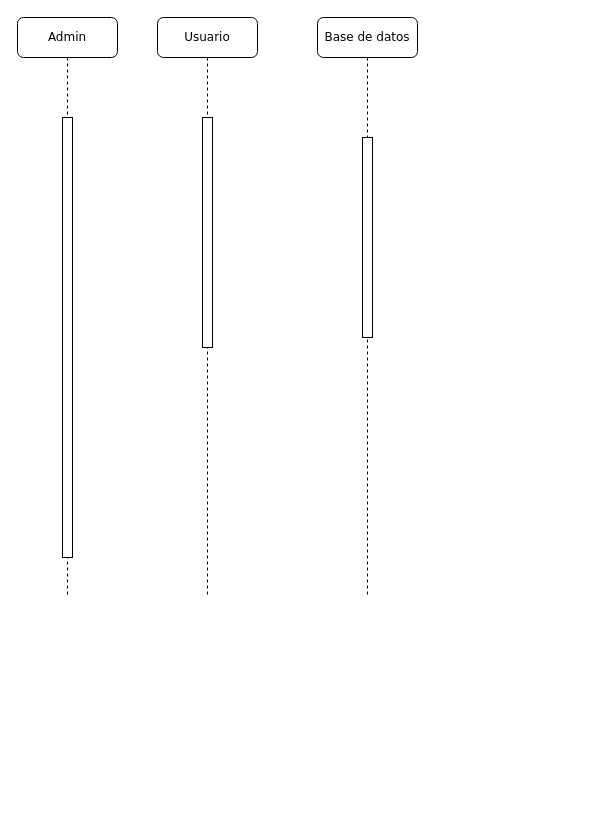
Earlier version of the draw.io diagram secuencia1.drawio (MirroringCode/diagramas-del-csm). Source tidied: cells renumbered, new cells numbered last; positions are measured from the earlier drawing's top-left corner, leaving out a move shared by most shapes. Both pictures are drawn from the tidied source at 100%, with x=0, y=0 at pixel (17, 17).
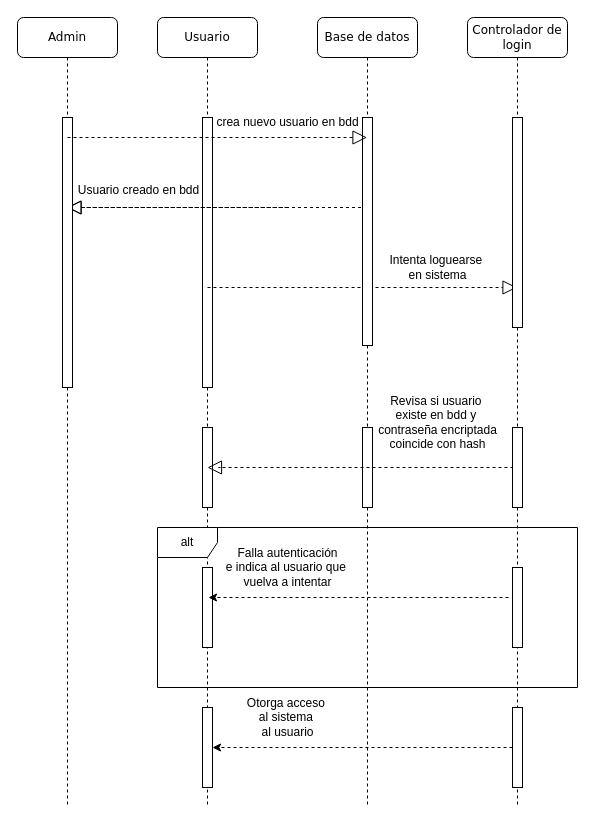
After the change.

Commit message:
agregado caso de error y exitoso para login

Diff of the diagram source:
```diff
@@
     <mxCell id="2" value="Usuario" style="shape=umlLifeline;perimeter=lifelinePerimeter;whiteSpace=wrap;html=1;rounded=1;shadow=0;comic=0;labelBackgroundColor=none;strokeWidth=1;fontFamily=Verdana;fontSize=12;align=center;" parent="1" vertex="1">
-      <mxGeometry x="140" width="100" height="580" as="geometry" />
+      <mxGeometry x="140" width="100" height="790" as="geometry" />
     </mxCell>
     <mxCell id="3" style="html=1;perimeter=orthogonalPerimeter;rounded=0;shadow=0;comic=0;labelBackgroundColor=none;strokeWidth=1;fontFamily=Verdana;fontSize=12;align=center;" parent="2" vertex="1">
-      <mxGeometry x="45" y="100" width="10" height="230" as="geometry" />
+      <mxGeometry x="45" y="100" width="10" height="270" as="geometry" />
     </mxCell>
+    <mxCell id="8" style="endArrow=block;dashed=1;endFill=0;endSize=12;html=1;rounded=0;" parent="2" edge="1">
+      <mxGeometry relative="1" as="geometry">
+        <mxPoint x="130" y="190" as="sourcePoint" />
+        <mxPoint x="-90.5" y="190" as="targetPoint" />
+      </mxGeometry>
+    </mxCell>
+    <mxCell id="9" style="endArrow=block;dashed=1;endFill=0;endSize=12;html=1;rounded=0;" parent="2" edge="1" source="4">
+      <mxGeometry relative="1" as="geometry">
+        <mxPoint x="-90.5" y="190" as="targetPoint" />
+      </mxGeometry>
+    </mxCell>
+    <mxCell id="10" style="endArrow=block;dashed=1;endFill=0;endSize=12;html=1;rounded=0;" parent="2" edge="1" target="20">
+      <mxGeometry relative="1" as="geometry">
+        <mxPoint x="50" y="270" as="sourcePoint" />
+      </mxGeometry>
+    </mxCell>
+    <mxCell id="11" style="html=1;perimeter=orthogonalPerimeter;targetShapes=umlLifeline;newEdgeStyle={&quot;curved&quot;:0,&quot;rounded&quot;:0};" parent="2" vertex="1">
+      <mxGeometry x="45" y="410" width="10" height="80" as="geometry" />
+    </mxCell>
+    <mxCell id="12" style="html=1;perimeter=orthogonalPerimeter;targetShapes=umlLifeline;newEdgeStyle={&quot;curved&quot;:0,&quot;rounded&quot;:0};" parent="2" vertex="1">
+      <mxGeometry x="45" y="550" width="10" height="80" as="geometry" />
+    </mxCell>
+    <mxCell id="13" style="html=1;points=[[0,0,0,0,5],[0,1,0,0,-5],[1,0,0,0,5],[1,1,0,0,-5]];perimeter=orthogonalPerimeter;outlineConnect=0;targetShapes=umlLifeline;portConstraint=eastwest;newEdgeStyle={&quot;curved&quot;:0,&quot;rounded&quot;:0};" parent="2" vertex="1">
+      <mxGeometry x="45" y="690" width="10" height="80" as="geometry" />
+    </mxCell>
     <mxCell id="4" value="Base de datos" style="shape=umlLifeline;perimeter=lifelinePerimeter;whiteSpace=wrap;html=1;outlineConnect=0;rounded=1;shadow=0;comic=0;labelBackgroundColor=none;strokeWidth=1;fontFamily=Verdana;fontSize=12;align=center;" parent="1" vertex="1">
-      <mxGeometry x="300" width="100" height="580" as="geometry" />
+      <mxGeometry x="300" width="100" height="790" as="geometry" />
     </mxCell>
     <mxCell id="5" style="html=1;perimeter=orthogonalPerimeter;rounded=0;shadow=0;comic=0;labelBackgroundColor=none;strokeWidth=1;fontFamily=Verdana;fontSize=12;align=center;" parent="4" vertex="1">
-      <mxGeometry x="45" y="120" width="10" height="200" as="geometry" />
+      <mxGeometry x="45" y="100" width="10" height="228" as="geometry" />
     </mxCell>
+    <mxCell id="14" style="html=1;perimeter=orthogonalPerimeter;targetShapes=umlLifeline;newEdgeStyle={&quot;curved&quot;:0,&quot;rounded&quot;:0};" parent="4" vertex="1">
+      <mxGeometry x="45" y="410" width="10" height="80" as="geometry" />
+    </mxCell>
+    <mxCell id="15" style="endArrow=block;dashed=1;endFill=0;endSize=12;html=1;rounded=0;" parent="4" edge="1">
+      <mxGeometry relative="1" as="geometry">
+        <mxPoint x="196" y="450" as="sourcePoint" />
+        <mxPoint x="-110" y="450" as="targetPoint" />
+        <Array as="points">
+          <mxPoint x="-99" y="450" />
+        </Array>
+      </mxGeometry>
+    </mxCell>
+    <mxCell id="16" value="Otorga acceso&amp;nbsp;&lt;div&gt;al sistema&amp;nbsp;&lt;/div&gt;&lt;div&gt;al usuario&lt;/div&gt;" style="text;html=1;align=center;verticalAlign=middle;strokeColor=none;fillColor=none;" parent="4" vertex="1">
+      <mxGeometry x="-80" y="670" width="100" height="60" as="geometry" />
+    </mxCell>
     <mxCell id="6" value="Admin" style="shape=umlLifeline;perimeter=lifelinePerimeter;whiteSpace=wrap;html=1;rounded=1;shadow=0;comic=0;labelBackgroundColor=none;strokeWidth=1;fontFamily=Verdana;fontSize=12;align=center;" parent="1" vertex="1">
-      <mxGeometry width="100" height="580" as="geometry" />
+      <mxGeometry width="100" height="790" as="geometry" />
     </mxCell>
     <mxCell id="7" style="html=1;perimeter=orthogonalPerimeter;rounded=0;shadow=0;comic=0;labelBackgroundColor=none;strokeWidth=1;fontFamily=Verdana;fontSize=12;align=center;" parent="6" vertex="1">
-      <mxGeometry x="45" y="100" width="10" height="440" as="geometry" />
+      <mxGeometry x="45" y="100" width="10" height="270" as="geometry" />
     </mxCell>
+    <mxCell id="17" style="endArrow=block;dashed=1;endFill=0;endSize=12;html=1;rounded=0;" parent="6" edge="1" target="4">
+      <mxGeometry relative="1" as="geometry">
+        <mxPoint x="50" y="120" as="sourcePoint" />
+      </mxGeometry>
+    </mxCell>
+    <mxCell id="18" value="crea nuevo usuario en bdd" style="text;html=1;align=center;verticalAlign=middle;strokeColor=none;fillColor=none;" parent="1" vertex="1">
+      <mxGeometry x="185" y="90" width="170" height="30" as="geometry" />
+    </mxCell>
+    <mxCell id="19" value="Usuario creado en bdd" style="text;html=1;align=center;verticalAlign=middle;strokeColor=none;fillColor=none;" parent="1" vertex="1">
+      <mxGeometry x="51" y="158" width="140" height="30" as="geometry" />
+    </mxCell>
+    <mxCell id="20" value="Controlador de login" style="shape=umlLifeline;perimeter=lifelinePerimeter;whiteSpace=wrap;html=1;outlineConnect=0;rounded=1;shadow=0;comic=0;labelBackgroundColor=none;strokeWidth=1;fontFamily=Verdana;fontSize=12;align=center;" parent="1" vertex="1">
+      <mxGeometry x="450" width="100" height="790" as="geometry" />
+    </mxCell>
+    <mxCell id="21" style="html=1;perimeter=orthogonalPerimeter;rounded=0;shadow=0;comic=0;labelBackgroundColor=none;strokeWidth=1;fontFamily=Verdana;fontSize=12;align=center;" parent="20" vertex="1">
+      <mxGeometry x="45" y="100" width="10" height="210" as="geometry" />
+    </mxCell>
+    <mxCell id="22" style="html=1;perimeter=orthogonalPerimeter;targetShapes=umlLifeline;newEdgeStyle={&quot;curved&quot;:0,&quot;rounded&quot;:0};" parent="20" vertex="1">
+      <mxGeometry x="45" y="410" width="10" height="80" as="geometry" />
+    </mxCell>
+    <mxCell id="23" style="html=1;perimeter=orthogonalPerimeter;targetShapes=umlLifeline;newEdgeStyle={&quot;curved&quot;:0,&quot;rounded&quot;:0};" parent="20" vertex="1">
+      <mxGeometry x="45" y="550" width="10" height="80" as="geometry" />
+    </mxCell>
+    <mxCell id="24" style="html=1;points=[[0,0,0,0,5],[0,1,0,0,-5],[1,0,0,0,5],[1,1,0,0,-5]];perimeter=orthogonalPerimeter;outlineConnect=0;targetShapes=umlLifeline;portConstraint=eastwest;newEdgeStyle={&quot;curved&quot;:0,&quot;rounded&quot;:0};" parent="20" vertex="1">
+      <mxGeometry x="45" y="690" width="10" height="80" as="geometry" />
+    </mxCell>
+    <mxCell id="25" value="Intenta loguearse&amp;nbsp;&lt;div&gt;en sistema&lt;/div&gt;" style="text;html=1;align=center;verticalAlign=middle;strokeColor=none;fillColor=none;" parent="1" vertex="1">
+      <mxGeometry x="360" y="230" width="120" height="40" as="geometry" />
+    </mxCell>
+    <mxCell id="26" value="Revisa si usuario&amp;nbsp;&lt;div&gt;existe&amp;nbsp;&lt;span style=&quot;background-color: initial;&quot;&gt;en bdd y&amp;nbsp;&lt;/span&gt;&lt;div&gt;contraseña encriptada&lt;/div&gt;&lt;div&gt;coincide con hash&lt;/div&gt;&lt;/div&gt;" style="text;html=1;align=center;verticalAlign=middle;strokeColor=none;fillColor=none;" parent="1" vertex="1">
+      <mxGeometry x="350" y="370" width="140" height="70" as="geometry" />
+    </mxCell>
+    <mxCell id="27" value="alt" style="shape=umlFrame;whiteSpace=wrap;html=1;" parent="1" vertex="1">
+      <mxGeometry x="140" y="510" width="420" height="160" as="geometry" />
+    </mxCell>
+    <mxCell id="28" style="edgeStyle=orthogonalEdgeStyle;rounded=0;orthogonalLoop=1;jettySize=auto;html=1;curved=0;dashed=1;" parent="1" edge="1">
+      <mxGeometry relative="1" as="geometry">
+        <mxPoint x="491" y="580" as="sourcePoint" />
+        <mxPoint x="191" y="580" as="targetPoint" />
+      </mxGeometry>
+    </mxCell>
+    <mxCell id="29" value="Falla autenticación&lt;div&gt;e indica al usuario que&amp;nbsp;&lt;/div&gt;&lt;div&gt;vuelva a intentar&lt;/div&gt;" style="text;html=1;align=center;verticalAlign=middle;strokeColor=none;fillColor=none;" parent="1" vertex="1">
+      <mxGeometry x="195" y="520" width="150" height="60" as="geometry" />
+    </mxCell>
+    <mxCell id="30" style="edgeStyle=orthogonalEdgeStyle;rounded=0;jettySize=auto;html=1;curved=0;dashed=1;" parent="1" edge="1" source="24" target="13">
+      <mxGeometry relative="1" as="geometry" />
+    </mxCell>
```
